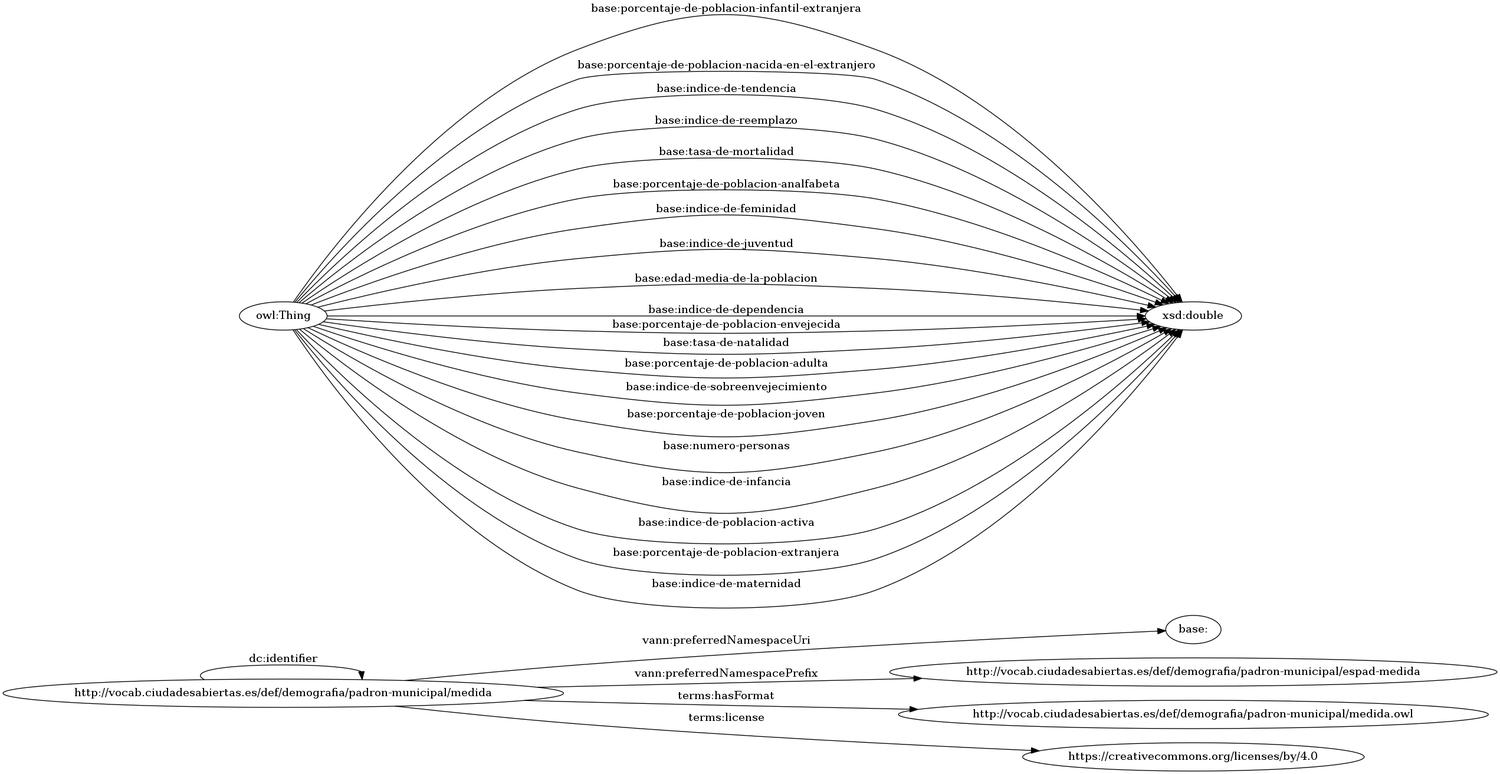
Before: OnToology/measure-ontology/padron-municipal-medida.owl/diagrams/ar2dtool-class/padron-municipal-medida.owl.png, a diagram exported from Graphviz (opencitydata/vocab-demografia-padron-municipal). Its source is kept beside it as OnToology/measure-ontology/padron-municipal-medida.owl/diagrams/ar2dtool-class/padron-municipal-medida.owl.png.dot. Its diagram source:
```dot
digraph ar2dtool_diagram {
rankdir=LR;
size="1501"
	"http://vocab.ciudadesabiertas.es/def/demografia/padron-municipal/medida" -> "http://vocab.ciudadesabiertas.es/def/demografia/padron-municipal/medida" [ label = "dc:identifier" ];
	"http://vocab.ciudadesabiertas.es/def/demografia/padron-municipal/medida" -> "base:" [ label = "vann:preferredNamespaceUri" ];
	"http://vocab.ciudadesabiertas.es/def/demografia/padron-municipal/medida" -> "http://vocab.ciudadesabiertas.es/def/demografia/padron-municipal/espad-medida" [ label = "vann:preferredNamespacePrefix" ];
	"http://vocab.ciudadesabiertas.es/def/demografia/padron-municipal/medida" -> "http://vocab.ciudadesabiertas.es/def/demografia/padron-municipal/medida.owl" [ label = "terms:hasFormat" ];
	"http://vocab.ciudadesabiertas.es/def/demografia/padron-municipal/medida" -> "https://creativecommons.org/licenses/by/4.0" [ label = "terms:license" ];
	"owl:Thing" -> "xsd:double" [ label = "base:porcentaje-de-poblacion-infantil-extranjera" ];
	"owl:Thing" -> "xsd:double" [ label = "base:porcentaje-de-poblacion-nacida-en-el-extranjero" ];
	"owl:Thing" -> "xsd:double" [ label = "base:indice-de-tendencia" ];
	"owl:Thing" -> "xsd:double" [ label = "base:indice-de-reemplazo" ];
	"owl:Thing" -> "xsd:double" [ label = "base:tasa-de-mortalidad" ];
	"owl:Thing" -> "xsd:double" [ label = "base:porcentaje-de-poblacion-analfabeta" ];
	"owl:Thing" -> "xsd:double" [ label = "base:indice-de-feminidad" ];
	"owl:Thing" -> "xsd:double" [ label = "base:indice-de-juventud" ];
	"owl:Thing" -> "xsd:double" [ label = "base:edad-media-de-la-poblacion" ];
	"owl:Thing" -> "xsd:double" [ label = "base:indice-de-dependencia" ];
	"owl:Thing" -> "xsd:double" [ label = "base:porcentaje-de-poblacion-envejecida" ];
	"owl:Thing" -> "xsd:double" [ label = "base:tasa-de-natalidad" ];
	"owl:Thing" -> "xsd:double" [ label = "base:porcentaje-de-poblacion-adulta" ];
	"owl:Thing" -> "xsd:double" [ label = "base:indice-de-sobreenvejecimiento" ];
	"owl:Thing" -> "xsd:double" [ label = "base:porcentaje-de-poblacion-joven" ];
	"owl:Thing" -> "xsd:double" [ label = "base:numero-personas" ];
	"owl:Thing" -> "xsd:double" [ label = "base:indice-de-infancia" ];
	"owl:Thing" -> "xsd:double" [ label = "base:indice-de-poblacion-activa" ];
	"owl:Thing" -> "xsd:double" [ label = "base:porcentaje-de-poblacion-extranjera" ];
	"owl:Thing" -> "xsd:double" [ label = "base:indice-de-maternidad" ];

}
```
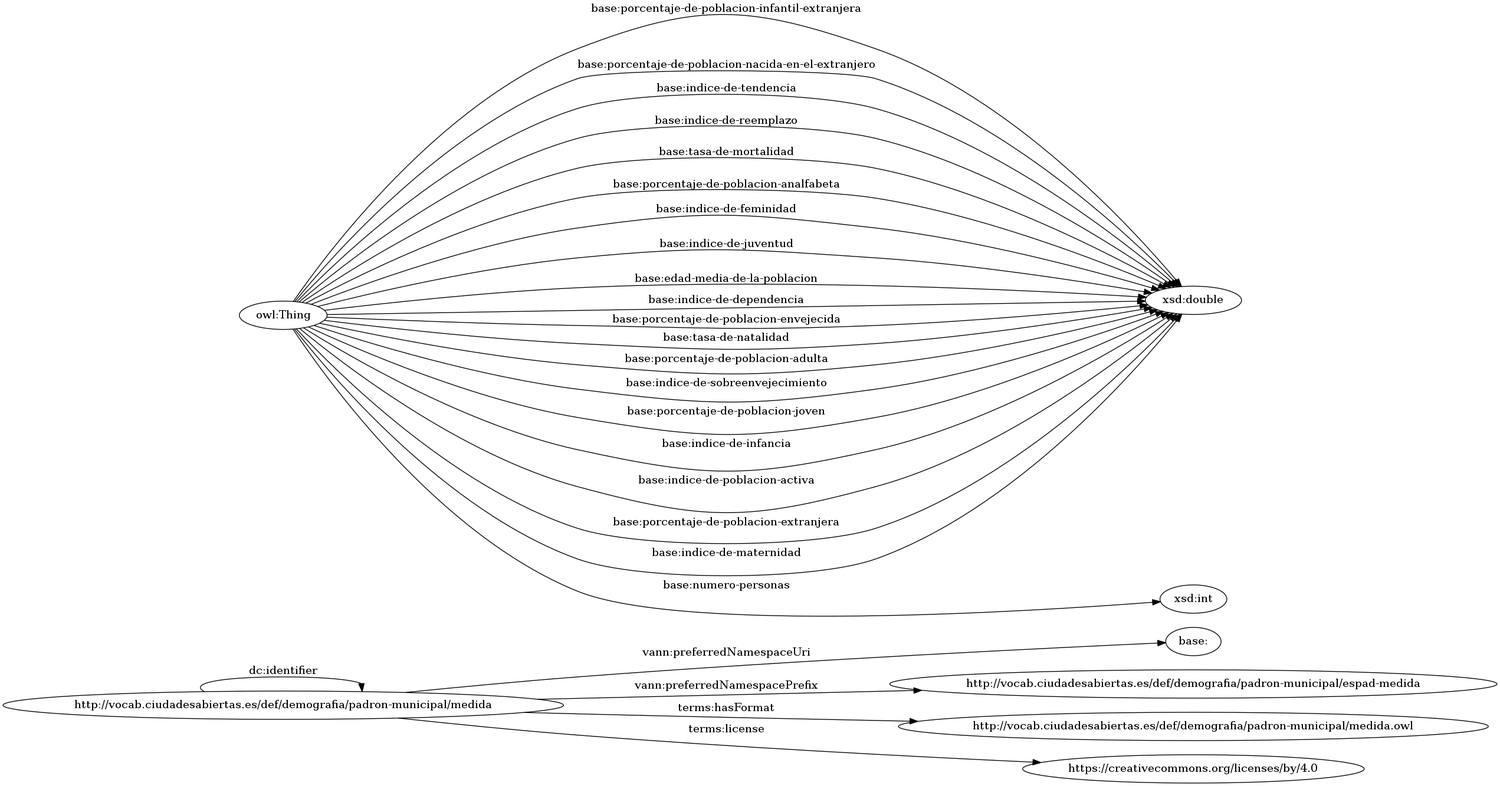
After the change.

What changed in the source:
```diff
@@ -21,7 +21,7 @@
 	"owl:Thing" -> "xsd:double" [ label = "base:porcentaje-de-poblacion-adulta" ];
 	"owl:Thing" -> "xsd:double" [ label = "base:indice-de-sobreenvejecimiento" ];
 	"owl:Thing" -> "xsd:double" [ label = "base:porcentaje-de-poblacion-joven" ];
-	"owl:Thing" -> "xsd:double" [ label = "base:numero-personas" ];
+	"owl:Thing" -> "xsd:int" [ label = "base:numero-personas" ];
 	"owl:Thing" -> "xsd:double" [ label = "base:indice-de-infancia" ];
 	"owl:Thing" -> "xsd:double" [ label = "base:indice-de-poblacion-activa" ];
 	"owl:Thing" -> "xsd:double" [ label = "base:porcentaje-de-poblacion-extranjera" ];
```
